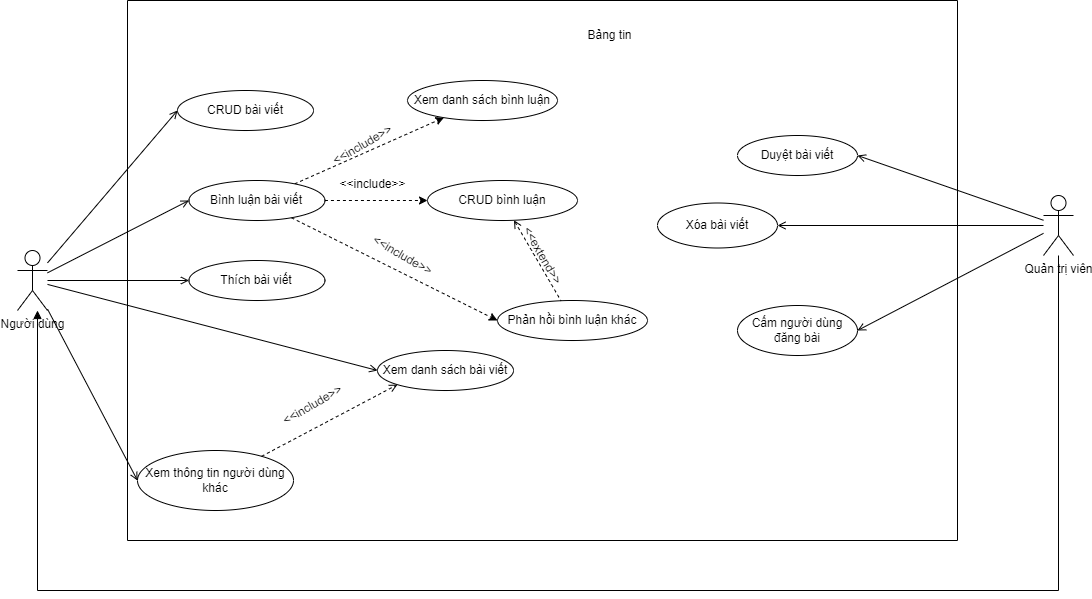
Earlier version of the draw.io export usecase diagram/bangtin.drawio.png (kienndhn/draw-io). Source tidied: cells renumbered, new cells last; positions are measured from the earlier drawing's top-left corner, leaving out a move shared by most shapes.
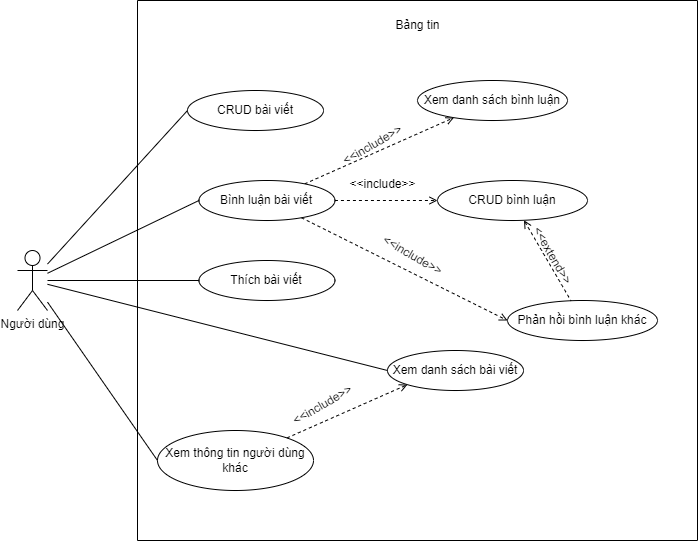
Later version of the same file.

The edit, as a diff of the source:
```diff
@@ -3,21 +3,21 @@
     <mxCell id="0" />
     <mxCell id="1" parent="0" />
     <mxCell id="2" style="swimlane;startSize=0;" parent="1" vertex="1">
-      <mxGeometry x="110" width="830" height="540" as="geometry" />
+      <mxGeometry x="120" width="560" height="540" as="geometry" />
     </mxCell>
     <mxCell id="3" value="Bảng tin" style="text;html=1;align=center;verticalAlign=middle;strokeColor=none;fillColor=none;" parent="2" vertex="1">
-      <mxGeometry x="447" y="20" width="70" height="30" as="geometry" />
+      <mxGeometry x="245" y="10" width="70" height="30" as="geometry" />
     </mxCell>
     <mxCell id="4" value="CRUD bài viết" style="ellipse;whiteSpace=wrap;html=1;" parent="2" vertex="1">
       <mxGeometry x="50" y="90" width="136" height="40" as="geometry" />
     </mxCell>
-    <mxCell id="5" style="edgeStyle=none;rounded=0;jettySize=auto;html=1;dashed=1;" parent="2" edge="1" source="8" target="11">
+    <mxCell id="5" style="edgeStyle=none;rounded=0;jettySize=auto;html=1;dashed=1;endArrow=open;endFill=0;" parent="2" edge="1" source="8" target="11">
       <mxGeometry relative="1" as="geometry" />
     </mxCell>
-    <mxCell id="6" style="edgeStyle=none;rounded=0;jettySize=auto;html=1;entryX=0;entryY=0.5;entryDx=0;entryDy=0;dashed=1;" parent="2" edge="1" source="8" target="12">
+    <mxCell id="6" style="edgeStyle=none;rounded=0;jettySize=auto;html=1;entryX=0;entryY=0.5;entryDx=0;entryDy=0;dashed=1;endArrow=open;endFill=0;" parent="2" edge="1" source="8" target="12">
       <mxGeometry relative="1" as="geometry" />
     </mxCell>
-    <mxCell id="7" style="edgeStyle=none;rounded=0;jettySize=auto;html=1;entryX=0;entryY=0.5;entryDx=0;entryDy=0;dashed=1;" parent="2" edge="1" source="8" target="13">
+    <mxCell id="7" style="edgeStyle=none;rounded=0;jettySize=auto;html=1;entryX=0;entryY=0.5;entryDx=0;entryDy=0;dashed=1;endArrow=open;endFill=0;" parent="2" edge="1" source="8" target="13">
       <mxGeometry relative="1" as="geometry" />
     </mxCell>
     <mxCell id="8" value="Bình luận bài viết" style="ellipse;whiteSpace=wrap;html=1;" parent="2" vertex="1">
@@ -48,7 +48,7 @@
       <mxGeometry x="-9.5" y="41.5" width="90" height="30" as="geometry" />
     </mxCell>
     <mxCell id="17" value="Xem thông tin người dùng khác" style="ellipse;whiteSpace=wrap;html=1;" parent="2" vertex="1">
-      <mxGeometry x="10" y="450" width="156" height="60" as="geometry" />
+      <mxGeometry x="20" y="430" width="156" height="60" as="geometry" />
     </mxCell>
     <mxCell id="18" style="group;" parent="2" vertex="1">
       <mxGeometry x="138.5" y="369.5" width="92.9" height="71" as="geometry" />
@@ -68,52 +68,23 @@
     <mxCell id="23" value="&amp;lt;&amp;lt;include&amp;gt;&amp;gt;" style="text;html=1;align=center;verticalAlign=middle;strokeColor=none;fillColor=none;rotation=-30;" parent="2" vertex="1">
       <mxGeometry x="190" y="130" width="90" height="30" as="geometry" />
     </mxCell>
-    <mxCell id="24" value="Duyệt bài viết" style="ellipse;whiteSpace=wrap;html=1;" parent="2" vertex="1">
-      <mxGeometry x="610" y="135" width="120" height="40" as="geometry" />
-    </mxCell>
-    <mxCell id="25" value="Xóa bài viết" style="ellipse;whiteSpace=wrap;html=1;" parent="2" vertex="1">
-      <mxGeometry x="530" y="202.5" width="120" height="45" as="geometry" />
-    </mxCell>
-    <mxCell id="26" value="Cấm người dùng đăng bài" style="ellipse;whiteSpace=wrap;html=1;" parent="2" vertex="1">
-      <mxGeometry x="610" y="305" width="120" height="50" as="geometry" />
-    </mxCell>
-    <mxCell id="27" style="rounded=0;jettySize=auto;html=1;entryX=0;entryY=0.5;entryDx=0;entryDy=0;endArrow=open;endFill=0;" parent="1" edge="1" source="32" target="4">
+    <mxCell id="27" style="rounded=0;jettySize=auto;html=1;entryX=0;entryY=0.5;entryDx=0;entryDy=0;endArrow=none;endFill=0;" parent="1" edge="1" source="32" target="4">
       <mxGeometry relative="1" as="geometry" />
     </mxCell>
-    <mxCell id="28" style="edgeStyle=none;rounded=0;jettySize=auto;html=1;entryX=0;entryY=0.5;entryDx=0;entryDy=0;endArrow=open;endFill=0;" parent="1" edge="1" source="32" target="8">
+    <mxCell id="28" style="edgeStyle=none;rounded=0;jettySize=auto;html=1;entryX=0;entryY=0.5;entryDx=0;entryDy=0;endArrow=none;endFill=0;" parent="1" edge="1" source="32" target="8">
       <mxGeometry relative="1" as="geometry" />
     </mxCell>
-    <mxCell id="29" style="edgeStyle=none;rounded=0;jettySize=auto;html=1;entryX=0;entryY=0.5;entryDx=0;entryDy=0;endArrow=open;endFill=0;" parent="1" edge="1" source="32" target="9">
+    <mxCell id="29" style="edgeStyle=none;rounded=0;jettySize=auto;html=1;entryX=0;entryY=0.5;entryDx=0;entryDy=0;endArrow=none;endFill=0;" parent="1" edge="1" source="32" target="9">
       <mxGeometry relative="1" as="geometry" />
     </mxCell>
-    <mxCell id="30" style="edgeStyle=none;rounded=0;jettySize=auto;html=1;entryX=0;entryY=0.5;entryDx=0;entryDy=0;endArrow=open;endFill=0;" parent="1" edge="1" source="32" target="10">
+    <mxCell id="30" style="edgeStyle=none;rounded=0;jettySize=auto;html=1;entryX=0;entryY=0.5;entryDx=0;entryDy=0;endArrow=none;endFill=0;" parent="1" edge="1" source="32" target="10">
       <mxGeometry relative="1" as="geometry" />
     </mxCell>
-    <mxCell id="31" style="edgeStyle=none;rounded=0;jettySize=auto;html=1;entryX=0;entryY=0.5;entryDx=0;entryDy=0;startArrow=none;startFill=0;endArrow=open;endFill=0;" parent="1" edge="1" source="32" target="17">
+    <mxCell id="31" style="edgeStyle=none;rounded=0;jettySize=auto;html=1;entryX=0;entryY=0.5;entryDx=0;entryDy=0;startArrow=none;startFill=0;endArrow=none;endFill=0;" parent="1" edge="1" source="32" target="17">
       <mxGeometry relative="1" as="geometry" />
     </mxCell>
     <mxCell id="32" value="Người dùng" style="shape=umlActor;verticalLabelPosition=bottom;verticalAlign=top;html=1;outlineConnect=0;" parent="1" vertex="1">
       <mxGeometry y="250" width="30" height="60" as="geometry" />
     </mxCell>
-    <mxCell id="33" style="edgeStyle=none;rounded=0;jettySize=auto;html=1;entryX=1;entryY=0.5;entryDx=0;entryDy=0;startArrow=none;startFill=0;endArrow=open;endFill=0;" parent="1" edge="1" source="37" target="24">
-      <mxGeometry relative="1" as="geometry" />
-    </mxCell>
-    <mxCell id="34" style="edgeStyle=none;rounded=0;jettySize=auto;html=1;entryX=1;entryY=0.5;entryDx=0;entryDy=0;startArrow=none;startFill=0;endArrow=open;endFill=0;" parent="1" edge="1" source="37" target="25">
-      <mxGeometry relative="1" as="geometry" />
-    </mxCell>
-    <mxCell id="35" style="edgeStyle=none;rounded=0;jettySize=auto;html=1;entryX=1;entryY=0.5;entryDx=0;entryDy=0;startArrow=none;startFill=0;endArrow=open;endFill=0;" parent="1" edge="1" source="37" target="26">
-      <mxGeometry relative="1" as="geometry" />
-    </mxCell>
-    <mxCell id="36" style="edgeStyle=orthogonalEdgeStyle;rounded=0;jettySize=auto;html=1;startArrow=none;startFill=0;endArrow=block;endFill=1;" parent="1" edge="1" source="37" target="32">
-      <mxGeometry relative="1" as="geometry">
-        <Array as="points">
-          <mxPoint x="1041" y="590" />
-          <mxPoint x="20" y="590" />
-        </Array>
-      </mxGeometry>
-    </mxCell>
-    <mxCell id="37" value="Quản trị viên" style="shape=umlActor;verticalLabelPosition=bottom;verticalAlign=top;html=1;outlineConnect=0;" parent="1" vertex="1">
-      <mxGeometry x="1026" y="195" width="30" height="60" as="geometry" />
-    </mxCell>
   </root>
 </mxGraphModel>
```
